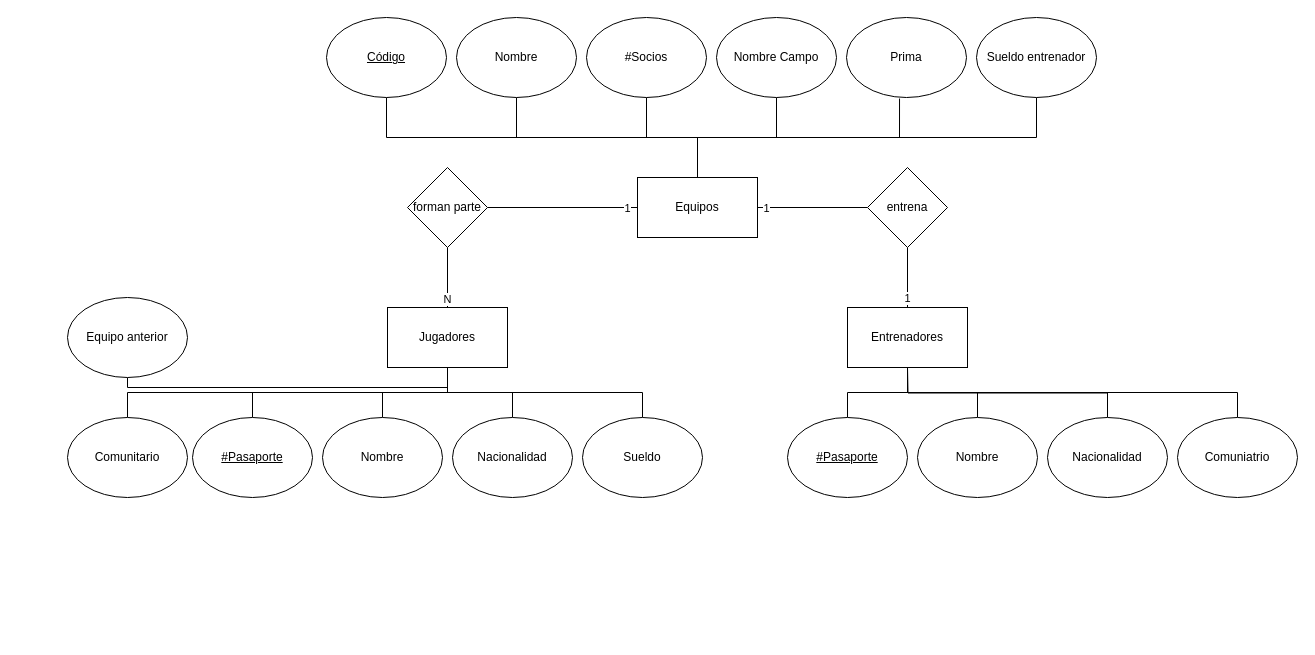
Before: page "La Liga" (2 of 4) of ejercicios_diagramas_e_r.drawio in Fonsy/BBDD2021, a draw.io diagram. Source tidied: cells renumbered, new cells numbered last; positions are measured from the earlier drawing's top-left corner, leaving out a move shared by most shapes. Both pictures are drawn from the tidied source at 100%, with x=0, y=0 at pixel (67, 17).
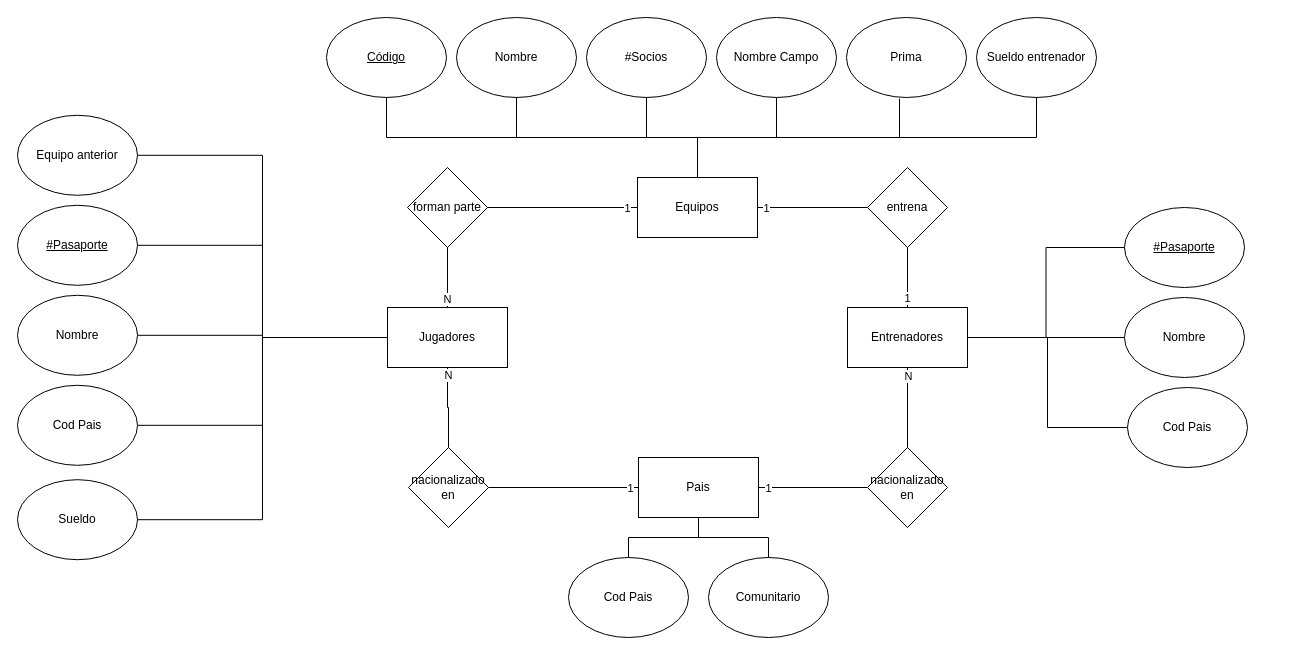
After the change.

Commit message:
correcciones nacionalidad

The change refers to these unchanged cells:
```xml
<mxCell id="6" value="Entrenadores" style="rounded=0;whiteSpace=wrap;html=1;" parent="1" vertex="1">
  <mxGeometry x="780" y="290" width="120" height="60" as="geometry" />
</mxCell>
<mxCell id="7" value="Jugadores" style="rounded=0;whiteSpace=wrap;html=1;" parent="1" vertex="1">
  <mxGeometry x="320" y="290" width="120" height="60" as="geometry" />
</mxCell>
```

Change to the diagram source:
```diff
@@
-    <mxCell id="11" style="edgeStyle=orthogonalEdgeStyle;rounded=0;jettySize=auto;html=1;entryX=0.5;entryY=1;entryDx=0;entryDy=0;endArrow=none;endFill=0;" parent="1" edge="1" source="12" target="7">
+    <mxCell id="11" style="edgeStyle=orthogonalEdgeStyle;rounded=0;jettySize=auto;html=1;endArrow=none;endFill=0;" parent="1" edge="1" source="12" target="7">
       <mxGeometry relative="1" as="geometry" />
     </mxCell>
     <mxCell id="12" value="Nombre" style="ellipse;whiteSpace=wrap;html=1;" parent="1" vertex="1">
-      <mxGeometry x="255" y="400" width="120" height="80" as="geometry" />
+      <mxGeometry x="-50" y="277.8" width="120" height="80" as="geometry" />
     </mxCell>
-    <mxCell id="13" style="edgeStyle=orthogonalEdgeStyle;rounded=0;jettySize=auto;html=1;endArrow=none;endFill=0;exitX=0.5;exitY=0;exitDx=0;exitDy=0;" parent="1" edge="1" source="14" target="7">
+    <mxCell id="13" style="edgeStyle=orthogonalEdgeStyle;rounded=0;jettySize=auto;html=1;endArrow=none;endFill=0;entryX=0;entryY=0.5;entryDx=0;entryDy=0;" parent="1" edge="1" source="14" target="7">
       <mxGeometry relative="1" as="geometry" />
     </mxCell>
     <mxCell id="14" value="&lt;u&gt;#Pasaporte&lt;/u&gt;" style="ellipse;whiteSpace=wrap;html=1;" parent="1" vertex="1">
-      <mxGeometry x="125" y="400" width="120" height="80" as="geometry" />
+      <mxGeometry x="-50" y="187.8" width="120" height="80" as="geometry" />
     </mxCell>
@@
     <mxCell id="16" value="Nombre" style="ellipse;whiteSpace=wrap;html=1;" parent="1" vertex="1">
-      <mxGeometry x="850" y="400" width="120" height="80" as="geometry" />
+      <mxGeometry x="1057" y="280" width="120" height="80" as="geometry" />
     </mxCell>
-    <mxCell id="17" style="edgeStyle=orthogonalEdgeStyle;rounded=0;jettySize=auto;html=1;endArrow=none;endFill=0;" parent="1" edge="1" source="18" target="6">
+    <mxCell id="17" style="edgeStyle=orthogonalEdgeStyle;rounded=0;jettySize=auto;html=1;endArrow=none;endFill=0;entryX=1;entryY=0.5;entryDx=0;entryDy=0;" parent="1" edge="1" source="18" target="6">
       <mxGeometry relative="1" as="geometry" />
     </mxCell>
     <mxCell id="18" value="&lt;u&gt;#Pasaporte&lt;/u&gt;" style="ellipse;whiteSpace=wrap;html=1;" parent="1" vertex="1">
-      <mxGeometry x="720" y="400" width="120" height="80" as="geometry" />
+      <mxGeometry x="1057" y="190" width="120" height="80" as="geometry" />
     </mxCell>
@@
-    <mxCell id="31" style="edgeStyle=orthogonalEdgeStyle;rounded=0;jettySize=auto;html=1;endArrow=none;endFill=0;" parent="1" edge="1" source="32" target="7">
+    <mxCell id="31" style="edgeStyle=orthogonalEdgeStyle;rounded=0;jettySize=auto;html=1;entryX=0;entryY=0.5;entryDx=0;entryDy=0;endArrow=none;endFill=0;" parent="1" edge="1" source="32" target="7">
       <mxGeometry relative="1" as="geometry" />
     </mxCell>
-    <mxCell id="32" value="Nacionalidad" style="ellipse;whiteSpace=wrap;html=1;" parent="1" vertex="1">
-      <mxGeometry x="385" y="400" width="120" height="80" as="geometry" />
+    <mxCell id="32" value="Cod Pais" style="ellipse;whiteSpace=wrap;html=1;" parent="1" vertex="1">
+      <mxGeometry x="-50" y="367.8" width="120" height="80" as="geometry" />
     </mxCell>
-    <mxCell id="33" style="edgeStyle=orthogonalEdgeStyle;rounded=0;jettySize=auto;html=1;endArrow=none;endFill=0;exitX=0.5;exitY=0;exitDx=0;exitDy=0;" parent="1" edge="1" source="34" target="7">
+    <mxCell id="33" style="edgeStyle=orthogonalEdgeStyle;rounded=0;jettySize=auto;html=1;entryX=0;entryY=0.5;entryDx=0;entryDy=0;endArrow=none;endFill=0;" parent="1" edge="1" source="34" target="7">
       <mxGeometry relative="1" as="geometry" />
     </mxCell>
     <mxCell id="34" value="Sueldo" style="ellipse;whiteSpace=wrap;html=1;" parent="1" vertex="1">
-      <mxGeometry x="515" y="400" width="120" height="80" as="geometry" />
+      <mxGeometry x="-50" y="462.2" width="120" height="80" as="geometry" />
     </mxCell>
@@
-    <mxCell id="37" style="edgeStyle=orthogonalEdgeStyle;rounded=0;jettySize=auto;html=1;endArrow=none;endFill=0;exitX=0.5;exitY=0;exitDx=0;exitDy=0;" parent="1" edge="1" source="38" target="7">
-      <mxGeometry relative="1" as="geometry" />
-    </mxCell>
-    <mxCell id="38" value="Comunitario" style="ellipse;whiteSpace=wrap;html=1;" parent="1" vertex="1">
-      <mxGeometry y="400" width="120" height="80" as="geometry" />
-    </mxCell>
-    <mxCell id="39" style="edgeStyle=orthogonalEdgeStyle;rounded=0;jettySize=auto;html=1;entryX=0.5;entryY=1;entryDx=0;entryDy=0;endArrow=none;endFill=0;exitX=0.5;exitY=1;exitDx=0;exitDy=0;" parent="1" edge="1" source="40" target="7">
-      <mxGeometry relative="1" as="geometry">
-        <Array as="points">
-          <mxPoint x="60" y="370" />
-          <mxPoint x="380" y="370" />
-        </Array>
-      </mxGeometry>
+    <mxCell id="39" style="edgeStyle=orthogonalEdgeStyle;rounded=0;jettySize=auto;html=1;endArrow=none;endFill=0;entryX=0;entryY=0.5;entryDx=0;entryDy=0;" parent="1" edge="1" source="40" target="7">
+      <mxGeometry relative="1" as="geometry" />
     </mxCell>
     <mxCell id="40" value="Equipo anterior" style="ellipse;whiteSpace=wrap;html=1;" parent="1" vertex="1">
-      <mxGeometry y="280" width="120" height="80" as="geometry" />
+      <mxGeometry x="-50" y="97.8" width="120" height="80" as="geometry" />
     </mxCell>
-    <mxCell id="41" style="edgeStyle=orthogonalEdgeStyle;rounded=0;jettySize=auto;html=1;endArrow=none;endFill=0;exitX=0.5;exitY=0;exitDx=0;exitDy=0;" parent="1" edge="1" source="42">
-      <mxGeometry relative="1" as="geometry">
-        <mxPoint x="840" y="350" as="targetPoint" />
-      </mxGeometry>
+    <mxCell id="41" style="edgeStyle=orthogonalEdgeStyle;rounded=0;jettySize=auto;html=1;endArrow=none;endFill=0;exitX=0;exitY=0.5;exitDx=0;exitDy=0;entryX=1;entryY=0.5;entryDx=0;entryDy=0;" parent="1" edge="1" source="42" target="6">
+      <mxGeometry relative="1" as="geometry" />
     </mxCell>
-    <mxCell id="42" value="Nacionalidad" style="ellipse;whiteSpace=wrap;html=1;" parent="1" vertex="1">
-      <mxGeometry x="980" y="400" width="120" height="80" as="geometry" />
+    <mxCell id="42" value="Cod Pais" style="ellipse;whiteSpace=wrap;html=1;" parent="1" vertex="1">
+      <mxGeometry x="1060" y="370" width="120" height="80" as="geometry" />
     </mxCell>
-    <mxCell id="43" style="edgeStyle=orthogonalEdgeStyle;rounded=0;jettySize=auto;html=1;endArrow=none;endFill=0;exitX=0.5;exitY=0;exitDx=0;exitDy=0;" parent="1" edge="1" source="44" target="6">
-      <mxGeometry relative="1" as="geometry" />
-    </mxCell>
-    <mxCell id="44" value="Comuniatrio" style="ellipse;whiteSpace=wrap;html=1;" parent="1" vertex="1">
-      <mxGeometry x="1110" y="400" width="120" height="80" as="geometry" />
-    </mxCell>
@@
+    <mxCell id="47" style="edgeStyle=orthogonalEdgeStyle;rounded=0;jettySize=auto;html=1;entryX=0;entryY=0.5;entryDx=0;entryDy=0;endArrow=none;endFill=0;" parent="1" edge="1" source="49" target="60">
+      <mxGeometry relative="1" as="geometry" />
+    </mxCell>
+    <mxCell id="48" value="1" style="edgeLabel;html=1;align=center;verticalAlign=middle;" parent="47" vertex="1">
+      <mxGeometry x="-0.84" relative="1" as="geometry" />
+    </mxCell>
+    <mxCell id="49" value="Pais" style="rounded=0;whiteSpace=wrap;html=1;" parent="1" vertex="1">
+      <mxGeometry x="571" y="440" width="120" height="60" as="geometry" />
+    </mxCell>
+    <mxCell id="50" style="edgeStyle=orthogonalEdgeStyle;rounded=0;jettySize=auto;html=1;endArrow=none;endFill=0;" parent="1" edge="1" source="54" target="49">
+      <mxGeometry relative="1" as="geometry" />
+    </mxCell>
+    <mxCell id="51" value="1" style="edgeLabel;html=1;align=center;verticalAlign=middle;" parent="50" vertex="1">
+      <mxGeometry x="0.88" relative="1" as="geometry" />
+    </mxCell>
+    <mxCell id="52" style="edgeStyle=orthogonalEdgeStyle;rounded=0;jettySize=auto;html=1;endArrow=none;endFill=0;" parent="1" edge="1" source="54" target="7">
+      <mxGeometry relative="1" as="geometry" />
+    </mxCell>
+    <mxCell id="53" value="N" style="edgeLabel;html=1;align=center;verticalAlign=middle;" parent="52" vertex="1">
+      <mxGeometry x="0.82" relative="1" as="geometry" />
+    </mxCell>
+    <mxCell id="54" value="nacionalizado en" style="rhombus;whiteSpace=wrap;html=1;" parent="1" vertex="1">
+      <mxGeometry x="341" y="430" width="80" height="80" as="geometry" />
+    </mxCell>
+    <mxCell id="55" style="edgeStyle=orthogonalEdgeStyle;rounded=0;jettySize=auto;html=1;endArrow=none;endFill=0;" parent="1" edge="1" source="38" target="49">
+      <mxGeometry relative="1" as="geometry" />
+    </mxCell>
+    <mxCell id="38" value="Comunitario" style="ellipse;whiteSpace=wrap;html=1;" parent="1" vertex="1">
+      <mxGeometry x="641" y="540" width="120" height="80" as="geometry" />
+    </mxCell>
+    <mxCell id="56" style="edgeStyle=orthogonalEdgeStyle;rounded=0;jettySize=auto;html=1;endArrow=none;endFill=0;" parent="1" edge="1" source="57" target="49">
+      <mxGeometry relative="1" as="geometry" />
+    </mxCell>
+    <mxCell id="57" value="Cod Pais" style="ellipse;whiteSpace=wrap;html=1;" parent="1" vertex="1">
+      <mxGeometry x="501" y="540" width="120" height="80" as="geometry" />
+    </mxCell>
+    <mxCell id="58" style="edgeStyle=orthogonalEdgeStyle;rounded=0;jettySize=auto;html=1;entryX=0.5;entryY=1;entryDx=0;entryDy=0;endArrow=none;endFill=0;" parent="1" edge="1" source="60" target="6">
+      <mxGeometry relative="1" as="geometry" />
+    </mxCell>
+    <mxCell id="59" value="N" style="edgeLabel;html=1;align=center;verticalAlign=middle;" parent="58" vertex="1">
+      <mxGeometry x="0.81" relative="1" as="geometry" />
+    </mxCell>
+    <mxCell id="60" value="nacionalizado en" style="rhombus;whiteSpace=wrap;html=1;" parent="1" vertex="1">
+      <mxGeometry x="800" y="430" width="80" height="80" as="geometry" />
+    </mxCell>
```
